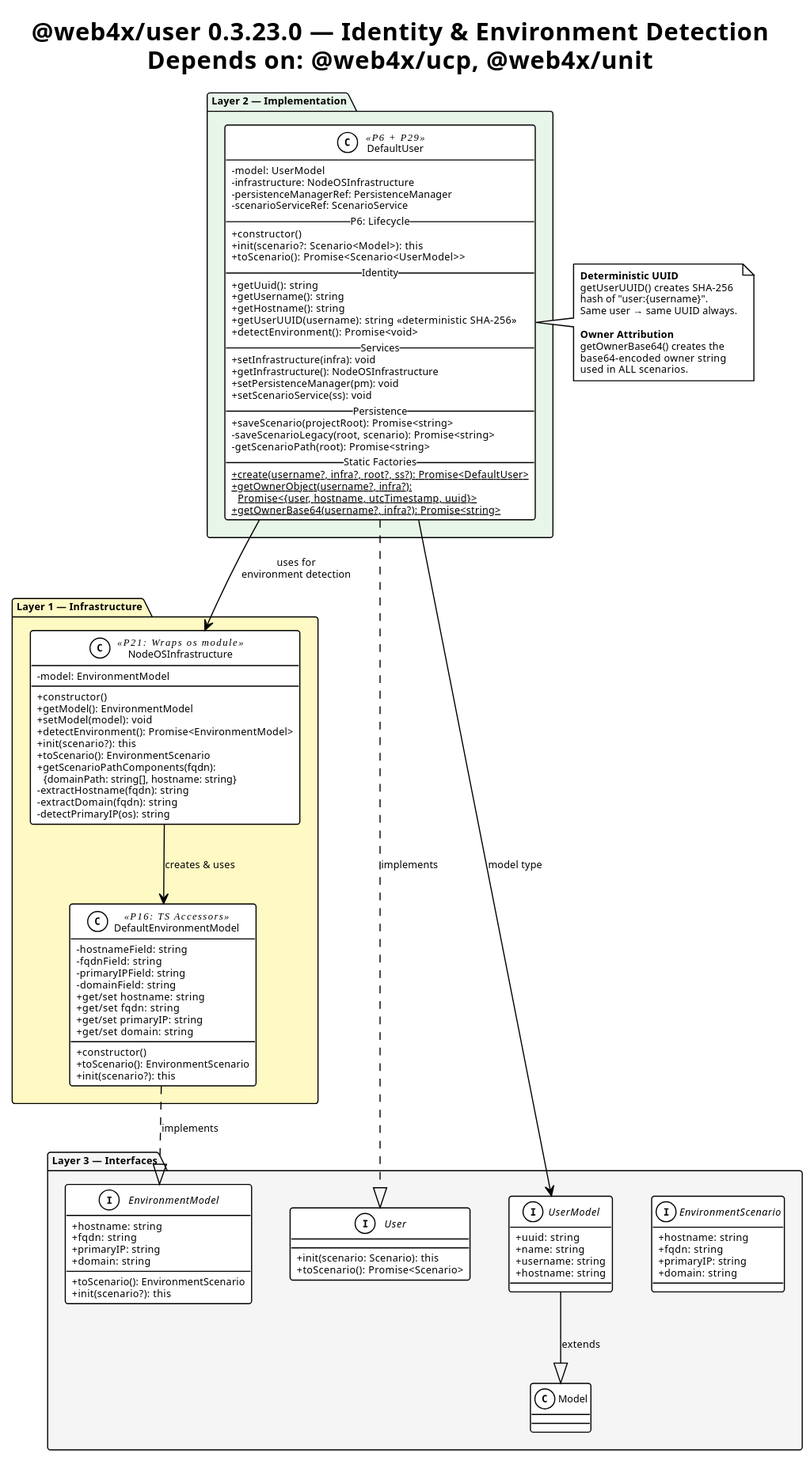
Earlier version of the PlantUML export components/User/0.3.23.0/src/puml/User-ClassDiagram.svg (Cerulean-Circle-GmbH/UpDown). The source it was exported from:
```plantuml
@startuml
!theme plain
skinparam backgroundColor White
skinparam defaultFontName "Segoe UI"
skinparam defaultFontSize 9
skinparam classAttributeIconSize 0

title @web4x/user 0.3.23.0 — Identity & Environment Detection\nDepends on: @web4x/ucp, @web4x/unit

package "Layer 3 — Interfaces" as L3 #F5F5F5 {
  interface "User" as IUser {
    + init(scenario: Scenario): this
    + toScenario(): Promise<Scenario>
  }

  interface "UserModel" as IUM {
    + uuid: string
    + name: string
    + username: string
    + hostname: string
  }

  interface "EnvironmentModel" as IEM {
    + hostname: string
    + fqdn: string
    + primaryIP: string
    + domain: string
    + toScenario(): EnvironmentScenario
    + init(scenario?): this
  }

  interface "EnvironmentScenario" as IES {
    + hostname: string
    + fqdn: string
    + primaryIP: string
    + domain: string
  }

  IUM --|> "Model" : extends
}

package "Layer 1 — Infrastructure" as L1 #FFF9C4 {
  class "NodeOSInfrastructure" as NOSI <<P21: Wraps os module>> {
    - model: EnvironmentModel
    + constructor()
    + getModel(): EnvironmentModel
    + setModel(model): void
    + detectEnvironment(): Promise<EnvironmentModel>
    + init(scenario?): this
    + toScenario(): EnvironmentScenario
    + getScenarioPathComponents(fqdn):\n  {domainPath: string[], hostname: string}
    - extractHostname(fqdn): string
    - extractDomain(fqdn): string
    - detectPrimaryIP(os): string
  }

  class "DefaultEnvironmentModel" as DEM <<P16: TS Accessors>> {
    - hostnameField: string
    - fqdnField: string
    - primaryIPField: string
    - domainField: string
    + constructor()
    + get/set hostname: string
    + get/set fqdn: string
    + get/set primaryIP: string
    + get/set domain: string
    + toScenario(): EnvironmentScenario
    + init(scenario?): this
  }

  DEM ..|> IEM : implements
  NOSI --> DEM : creates & uses
}

package "Layer 2 — Implementation" as L2 #E8F5E9 {
  class "DefaultUser" as DU <<P6 + P29>> {
    - model: UserModel
    - infrastructure: NodeOSInfrastructure
    - persistenceManagerRef: PersistenceManager
    - scenarioServiceRef: ScenarioService
    __P6: Lifecycle__
    + constructor()
    + init(scenario?: Scenario<Model>): this
    + toScenario(): Promise<Scenario<UserModel>>
    __Identity__
    + getUuid(): string
    + getUsername(): string
    + getHostname(): string
    + getUserUUID(username): string  <<deterministic SHA-256>>
    + detectEnvironment(): Promise<void>
    __Services__
    + setInfrastructure(infra): void
    + getInfrastructure(): NodeOSInfrastructure
    + setPersistenceManager(pm): void
    + setScenarioService(ss): void
    __Persistence__
    + saveScenario(projectRoot): Promise<string>
    - saveScenarioLegacy(root, scenario): Promise<string>
    - getScenarioPath(root): Promise<string>
    __Static Factories__
    + {static} create(username?, infra?, root?, ss?): Promise<DefaultUser>
    + {static} getOwnerObject(username?, infra?):\n  Promise<{user, hostname, utcTimestamp, uuid}>
    + {static} getOwnerBase64(username?, infra?): Promise<string>
  }

  DU ..|> IUser : implements
  DU --> NOSI : uses for\nenvironment detection
  DU --> IUM : model type
}

note right of DU
  **Deterministic UUID**
  getUserUUID() creates SHA-256
  hash of "user:{username}".
  Same user → same UUID always.

  **Owner Attribution**
  getOwnerBase64() creates the
  base64-encoded owner string
  used in ALL scenarios.
end note
@enduml
```
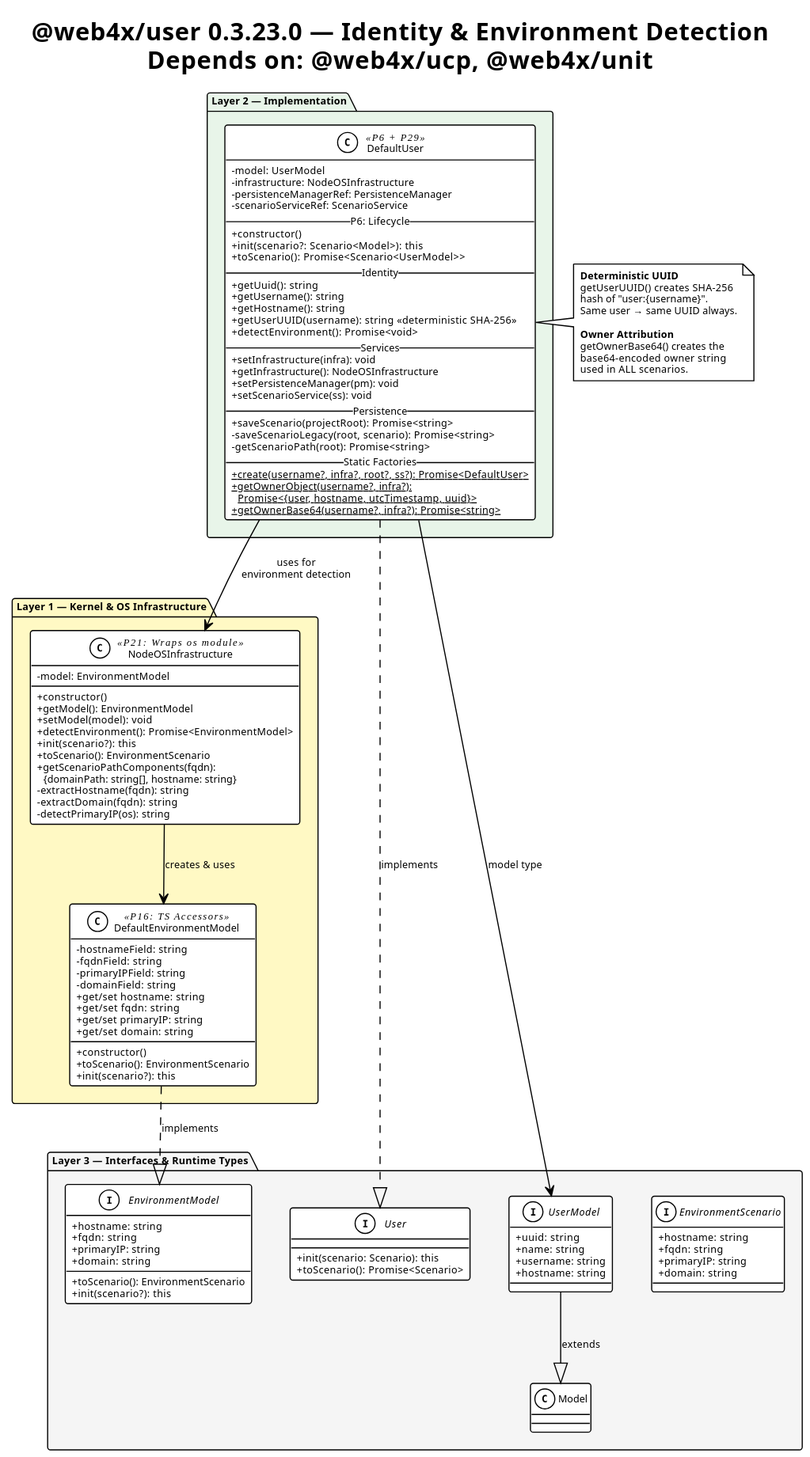
Above is the later version.

Diff of the diagram source:
```diff
@@ -7,7 +7,7 @@
 
 title @web4x/user 0.3.23.0 — Identity & Environment Detection\nDepends on: @web4x/ucp, @web4x/unit
 
-package "Layer 3 — Interfaces" as L3 #F5F5F5 {
+package "Layer 3 — Interfaces & Runtime Types" as L3 #F5F5F5 {
   interface "User" as IUser {
     + init(scenario: Scenario): this
     + toScenario(): Promise<Scenario>
@@ -39,7 +39,7 @@
   IUM --|> "Model" : extends
 }
 
-package "Layer 1 — Infrastructure" as L1 #FFF9C4 {
+package "Layer 1 — Kernel & OS Infrastructure" as L1 #FFF9C4 {
   class "NodeOSInfrastructure" as NOSI <<P21: Wraps os module>> {
     - model: EnvironmentModel
     + constructor()
```
